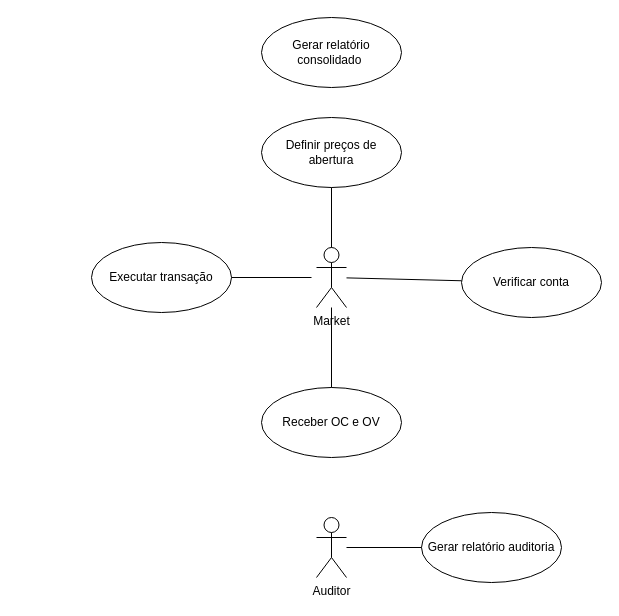
The draw.io diagram diagramaCasosDeUso.drawio in brunoorlandin/StockFEI-DealBroker, before the edit. Source tidied: cells renumbered, new cells numbered last; positions are measured from the earlier drawing's top-left corner, leaving out a move shared by most shapes. Both pictures are drawn from the tidied source at 100%, with x=0, y=0 at pixel (91, 17).
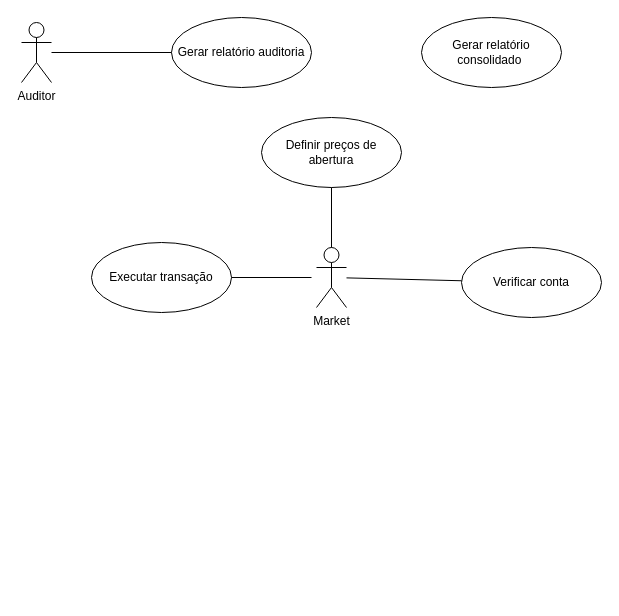
Above is the later version.

Commit message (it also covers changes not shown here):
ajuste diagrama de casos de uso

Change to the diagram source:
```diff
@@
 <mxGraphModel>
   <root>
     <mxCell id="0" />
     <mxCell id="1" parent="0" />
     <mxCell id="2" value="Market" style="shape=umlActor;verticalLabelPosition=bottom;verticalAlign=top;html=1;" parent="1" vertex="1">
       <mxGeometry x="225" y="230" width="30" height="60" as="geometry" />
     </mxCell>
     <mxCell id="3" value="Auditor" style="shape=umlActor;verticalLabelPosition=bottom;verticalAlign=top;html=1;" parent="1" vertex="1">
-      <mxGeometry x="225" y="500" width="30" height="60" as="geometry" />
+      <mxGeometry x="-70" y="5" width="30" height="60" as="geometry" />
     </mxCell>
     <mxCell id="4" value="Definir preços de abertura" style="ellipse;whiteSpace=wrap;html=1;" parent="1" vertex="1">
       <mxGeometry x="170" y="100" width="140" height="70" as="geometry" />
     </mxCell>
-    <mxCell id="5" value="Receber OC e OV" style="ellipse;whiteSpace=wrap;html=1;" parent="1" vertex="1">
-      <mxGeometry x="170" y="370" width="140" height="70" as="geometry" />
-    </mxCell>
     <mxCell id="6" value="Executar transação" style="ellipse;whiteSpace=wrap;html=1;" parent="1" vertex="1">
       <mxGeometry y="225" width="140" height="70" as="geometry" />
     </mxCell>
     <mxCell id="7" value="Gerar relatório auditoria" style="ellipse;whiteSpace=wrap;html=1;" parent="1" vertex="1">
-      <mxGeometry x="330" y="495" width="140" height="70" as="geometry" />
+      <mxGeometry x="80" width="140" height="70" as="geometry" />
     </mxCell>
     <mxCell id="8" value="Gerar relatório consolidado&amp;nbsp;" style="ellipse;whiteSpace=wrap;html=1;" parent="1" vertex="1">
-      <mxGeometry x="170" width="140" height="70" as="geometry" />
+      <mxGeometry x="330" width="140" height="70" as="geometry" />
     </mxCell>
     <mxCell id="9" value="Verificar conta" style="ellipse;whiteSpace=wrap;html=1;" parent="1" vertex="1">
       <mxGeometry x="370" y="230" width="140" height="70" as="geometry" />
     </mxCell>
     <mxCell id="10" style="edgeStyle=orthogonalEdgeStyle;rounded=0;orthogonalLoop=1;jettySize=auto;html=1;exitX=0.5;exitY=1;exitDx=0;exitDy=0;" parent="1" edge="1">
       <mxGeometry relative="1" as="geometry">
-        <mxPoint x="130" y="60" as="sourcePoint" />
-        <mxPoint x="130" y="60" as="targetPoint" />
+        <mxPoint x="230" y="60" as="sourcePoint" />
+        <mxPoint x="230" y="60" as="targetPoint" />
       </mxGeometry>
     </mxCell>
     <mxCell id="11" style="endArrow=none;html=1;rounded=0;exitX=1;exitY=0.5;exitDx=0;exitDy=0;" parent="1" edge="1" source="6">
       <mxGeometry relative="1" as="geometry">
         <mxPoint x="220" y="260" as="targetPoint" />
       </mxGeometry>
     </mxCell>
     <mxCell id="12" style="endArrow=none;html=1;rounded=0;" parent="1" edge="1" source="2" target="9">
       <mxGeometry relative="1" as="geometry" />
     </mxCell>
-    <mxCell id="13" style="endArrow=none;html=1;rounded=0;exitX=0.5;exitY=0;exitDx=0;exitDy=0;" parent="1" edge="1" source="5" target="2">
-      <mxGeometry relative="1" as="geometry" />
-    </mxCell>
     <mxCell id="14" style="endArrow=none;html=1;rounded=0;" parent="1" edge="1" source="3" target="7">
       <mxGeometry relative="1" as="geometry" />
     </mxCell>
     <mxCell id="15" style="endArrow=none;html=1;rounded=0;exitX=0.5;exitY=1;exitDx=0;exitDy=0;entryX=0.5;entryY=0;entryDx=0;entryDy=0;entryPerimeter=0;" parent="1" edge="1" source="4" target="2">
       <mxGeometry relative="1" as="geometry" />
     </mxCell>
   </root>
 </mxGraphModel>
```
